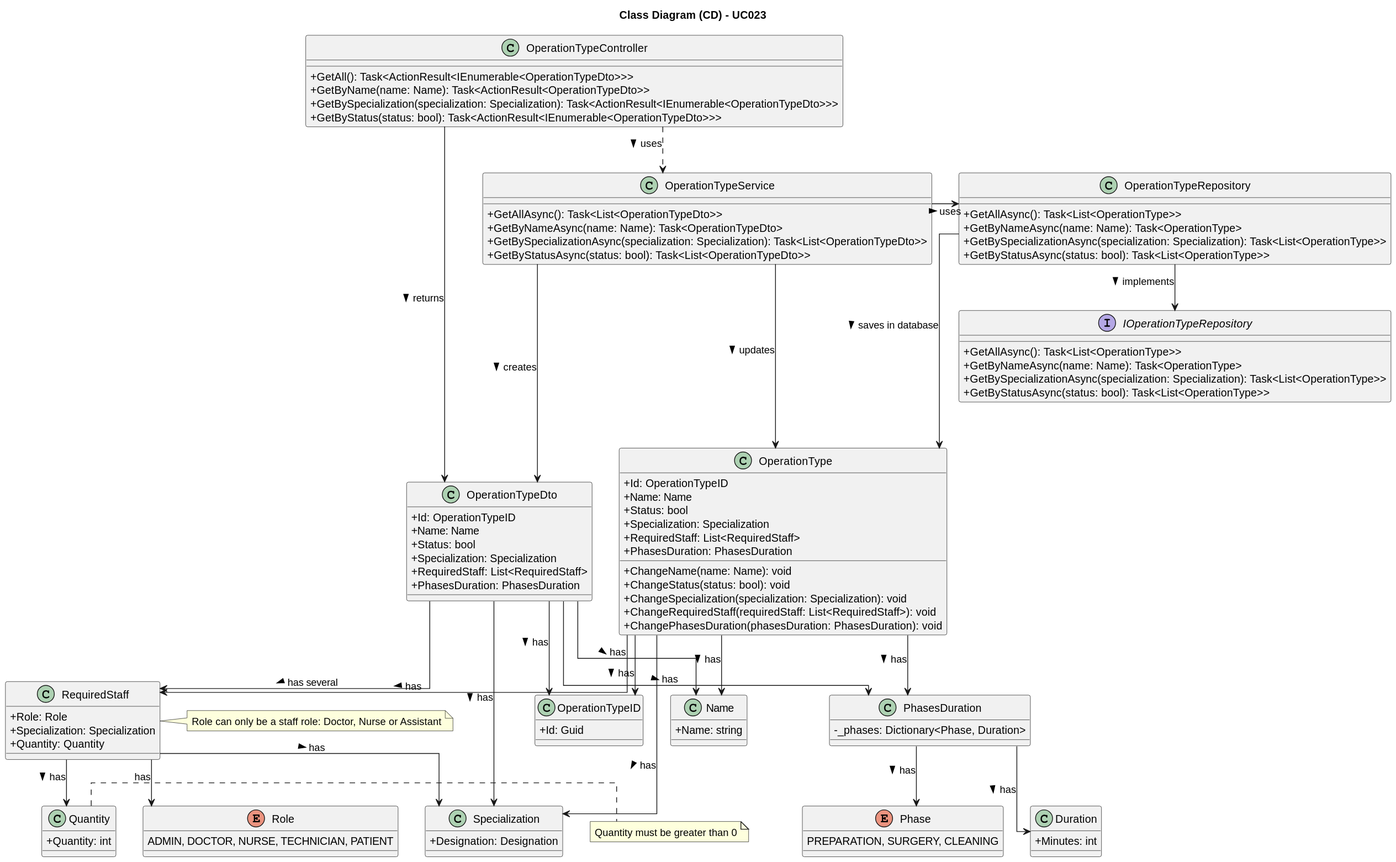
The PlantUML diagram docs/SprintA/UseCases/UC023/03.design/svg/uc023-class-diagram.svg in 1221124/sem5pi-24-25-g031, before a commit. The source it was exported from:
```plantuml
@startuml
skinparam packageStyle rectangle
skinparam shadowing false
skinparam classAttributeIconSize 0
skinparam linetype ortho

left to right direction
top to bottom direction

title Class Diagram (CD) - UC023

class OperationTypeController {
    +GetAll(): Task<ActionResult<IEnumerable<OperationTypeDto>>>
    +GetByName(name: Name): Task<ActionResult<OperationTypeDto>>
    +GetBySpecialization(specialization: Specialization): Task<ActionResult<IEnumerable<OperationTypeDto>>>
    +GetByStatus(status: bool): Task<ActionResult<IEnumerable<OperationTypeDto>>>
}

class OperationTypeService {
    +GetAllAsync(): Task<List<OperationTypeDto>>
    +GetByNameAsync(name: Name): Task<OperationTypeDto>
    +GetBySpecializationAsync(specialization: Specialization): Task<List<OperationTypeDto>>
    +GetByStatusAsync(status: bool): Task<List<OperationTypeDto>>
}

class OperationTypeRepository {
    +GetAllAsync(): Task<List<OperationType>>
    +GetByNameAsync(name: Name): Task<OperationType>
    +GetBySpecializationAsync(specialization: Specialization): Task<List<OperationType>>
    +GetByStatusAsync(status: bool): Task<List<OperationType>>
}

interface IOperationTypeRepository {
    +GetAllAsync(): Task<List<OperationType>>
    +GetByNameAsync(name: Name): Task<OperationType>
    +GetBySpecializationAsync(specialization: Specialization): Task<List<OperationType>>
    +GetByStatusAsync(status: bool): Task<List<OperationType>>
}

class OperationType {
    +Id: OperationTypeID
    +Name: Name
    +Status: bool
    +Specialization: Specialization
    +RequiredStaff: List<RequiredStaff>
    +PhasesDuration: PhasesDuration
    +ChangeName(name: Name): void
    +ChangeStatus(status: bool): void
    +ChangeSpecialization(specialization: Specialization): void
    +ChangeRequiredStaff(requiredStaff: List<RequiredStaff>): void
    +ChangePhasesDuration(phasesDuration: PhasesDuration): void
}

class OperationTypeDto {
    +Id: OperationTypeID
    +Name: Name
    +Status: bool
    +Specialization: Specialization
    +RequiredStaff: List<RequiredStaff>
    +PhasesDuration: PhasesDuration
}

class RequiredStaff {
    +Role: Role
    +Specialization: Specialization
    +Quantity: Quantity
}
note right of RequiredStaff
    Role can only be a staff role: Doctor, Nurse or Assistant
end note

class Quantity {
    +Quantity: int
}
note right of Quantity
    Quantity must be greater than 0
end note

class Specialization {
    +Designation: Designation
}

class PhasesDuration {
    - _phases: Dictionary<Phase, Duration>
}

enum Phase {
    PREPARATION, SURGERY, CLEANING
}

class Duration {
    +Minutes: int
}

class Name {
    +Name: string
}

class OperationTypeID {
    +Id: Guid
}

enum Role {
    ADMIN, DOCTOR, NURSE, TECHNICIAN, PATIENT
}

OperationTypeController .> OperationTypeService : > uses
OperationTypeController ----> OperationTypeDto : > returns

OperationTypeService -> OperationTypeRepository : > uses
OperationTypeService ---> OperationType : > updates
OperationTypeService ---> OperationTypeDto : > creates

OperationTypeRepository --> IOperationTypeRepository : > implements
OperationTypeRepository --> OperationType : > saves in database

OperationType --> OperationTypeID : > has
OperationType --> Name : > has
OperationType --> Specialization : > has
OperationType --> RequiredStaff : > has
OperationType --> PhasesDuration : > has

OperationTypeDto --> OperationTypeID : > has
OperationTypeDto --> Name : > has
OperationTypeDto --> Specialization : > has
OperationTypeDto --> RequiredStaff : > has several
OperationTypeDto --> PhasesDuration : > has

RequiredStaff --> Role: has
RequiredStaff --> Specialization : > has
RequiredStaff --> Quantity : > has

PhasesDuration --> Phase : > has
PhasesDuration --> Duration : > has
@enduml
```
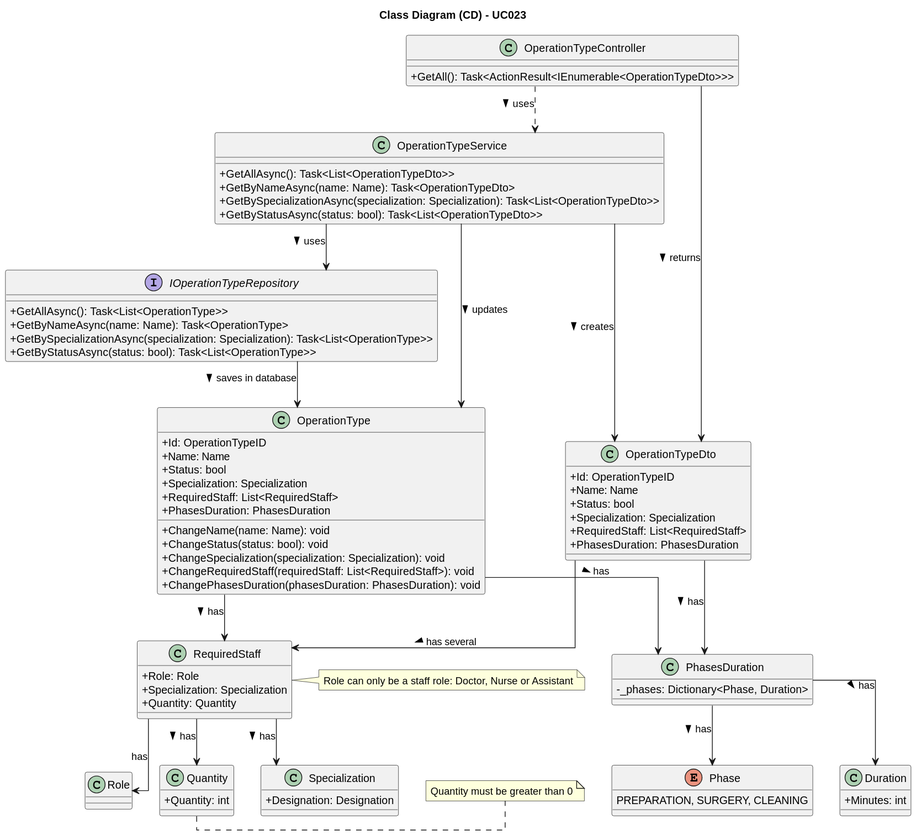
After the commit.

The edit, as a diff of the source:
```diff
@@ -11,9 +11,6 @@
 
 class OperationTypeController {
     +GetAll(): Task<ActionResult<IEnumerable<OperationTypeDto>>>
-    +GetByName(name: Name): Task<ActionResult<OperationTypeDto>>
-    +GetBySpecialization(specialization: Specialization): Task<ActionResult<IEnumerable<OperationTypeDto>>>
-    +GetByStatus(status: bool): Task<ActionResult<IEnumerable<OperationTypeDto>>>
 }
 
 class OperationTypeService {
@@ -21,13 +18,6 @@
     +GetByNameAsync(name: Name): Task<OperationTypeDto>
     +GetBySpecializationAsync(specialization: Specialization): Task<List<OperationTypeDto>>
     +GetByStatusAsync(status: bool): Task<List<OperationTypeDto>>
-}
-
-class OperationTypeRepository {
-    +GetAllAsync(): Task<List<OperationType>>
-    +GetByNameAsync(name: Name): Task<OperationType>
-    +GetBySpecializationAsync(specialization: Specialization): Task<List<OperationType>>
-    +GetByStatusAsync(status: bool): Task<List<OperationType>>
 }
 
 interface IOperationTypeRepository {
@@ -92,37 +82,21 @@
     +Minutes: int
 }
 
-class Name {
-    +Name: string
-}
 
-class OperationTypeID {
-    +Id: Guid
-}
 
-enum Role {
-    ADMIN, DOCTOR, NURSE, TECHNICIAN, PATIENT
-}
 
 OperationTypeController .> OperationTypeService : > uses
 OperationTypeController ----> OperationTypeDto : > returns
 
-OperationTypeService -> OperationTypeRepository : > uses
+OperationTypeService -> IOperationTypeRepository : > uses
 OperationTypeService ---> OperationType : > updates
 OperationTypeService ---> OperationTypeDto : > creates
 
-OperationTypeRepository --> IOperationTypeRepository : > implements
-OperationTypeRepository --> OperationType : > saves in database
+IOperationTypeRepository --> OperationType : > saves in database
 
-OperationType --> OperationTypeID : > has
-OperationType --> Name : > has
-OperationType --> Specialization : > has
 OperationType --> RequiredStaff : > has
 OperationType --> PhasesDuration : > has
 
-OperationTypeDto --> OperationTypeID : > has
-OperationTypeDto --> Name : > has
-OperationTypeDto --> Specialization : > has
 OperationTypeDto --> RequiredStaff : > has several
 OperationTypeDto --> PhasesDuration : > has
 
```
